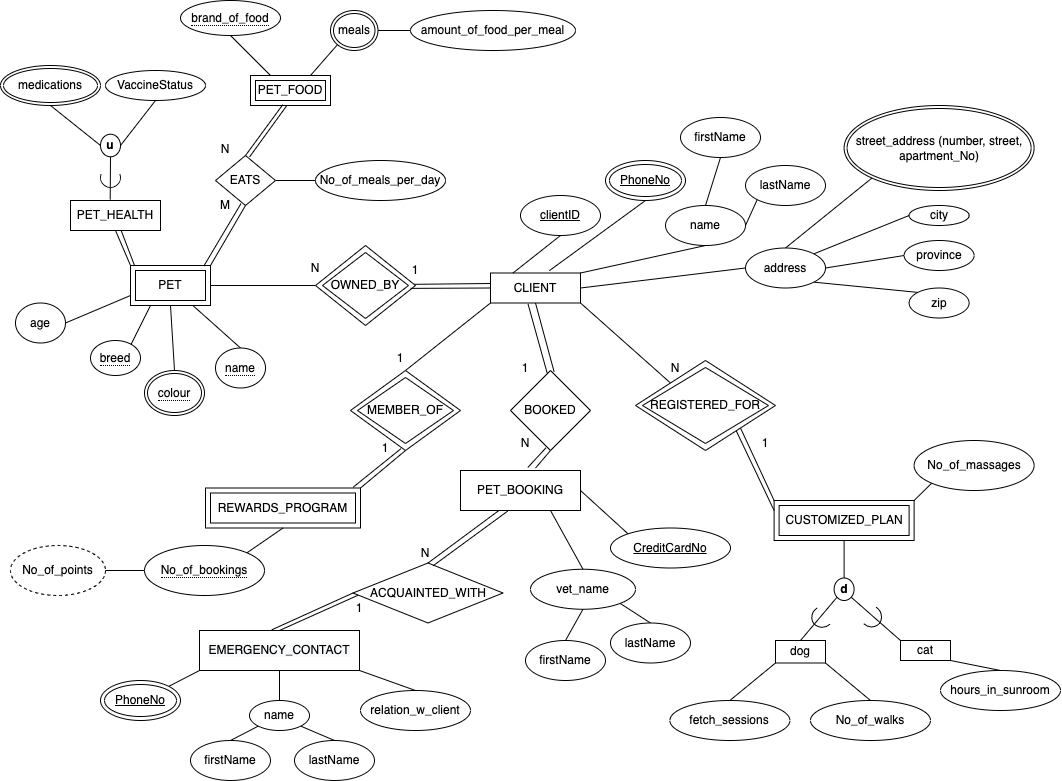
The draw.io diagram YYC_Pet_Resort.drawio.png in Maan-Khedr-ENSF-300/assignment-2-erds-code-of-duty, before a commit. Source tidied: cells renumbered, new cells last; positions are measured from the earlier drawing's top-left corner, leaving out a move shared by most shapes.
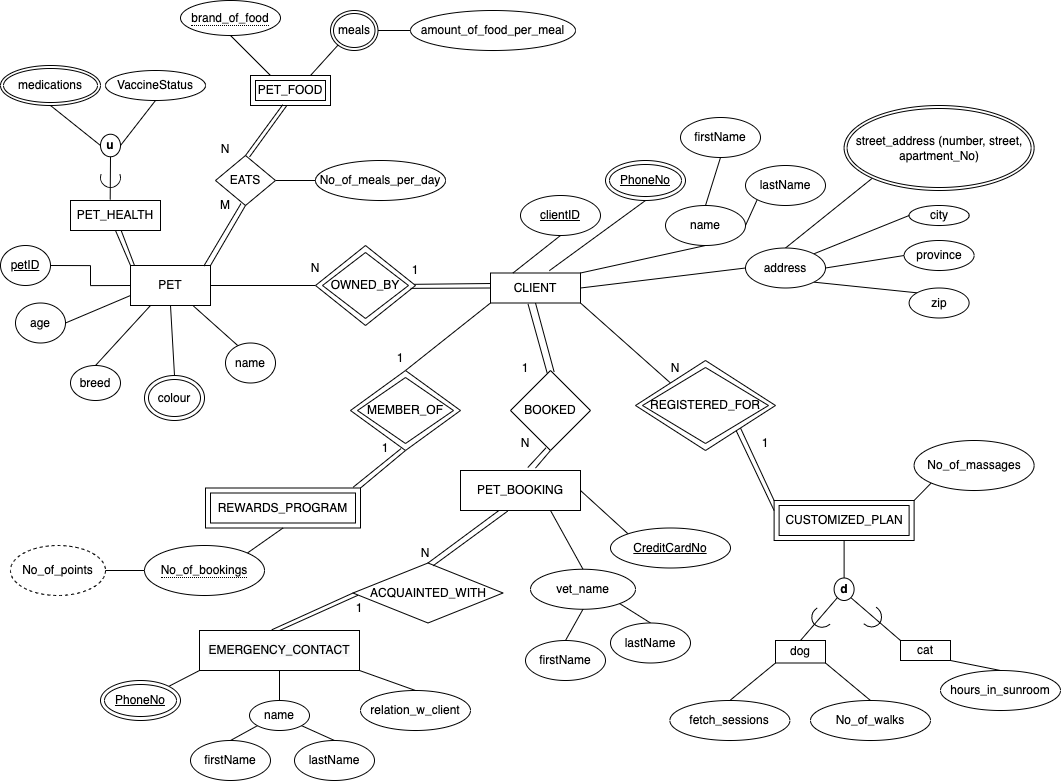
The same diagram one commit later.

Change to the diagram source:
```diff
@@ -11,7 +11,7 @@
     <mxCell id="4" style="edgeStyle=none;rounded=0;jettySize=auto;html=1;exitX=0.5;exitY=1;exitDx=0;exitDy=0;strokeColor=default;endArrow=none;endFill=0;startSize=6;sourcePerimeterSpacing=6;entryX=0.441;entryY=-0.032;entryDx=0;entryDy=0;entryPerimeter=0;" parent="1" edge="1" source="130" target="127">
       <mxGeometry relative="1" as="geometry" />
     </mxCell>
-    <mxCell id="5" value="PET" style="shape=ext;margin=3;double=1;whiteSpace=wrap;html=1;align=center;" parent="1" vertex="1">
+    <mxCell id="5" value="PET" style="shape=ext;margin=3;whiteSpace=wrap;html=1;align=center;" parent="1" vertex="1">
       <mxGeometry x="130" y="265" width="80" height="40" as="geometry" />
     </mxCell>
     <mxCell id="6" style="edgeStyle=none;rounded=0;jettySize=auto;html=1;exitX=0.25;exitY=0;exitDx=0;exitDy=0;entryX=0.5;entryY=1;entryDx=0;entryDy=0;endArrow=none;endFill=0;" parent="1" edge="1" source="9" target="131">
@@ -32,14 +32,16 @@
     <mxCell id="11" style="endArrow=none;html=1;rounded=0;exitX=0.5;exitY=1;exitDx=0;exitDy=0;entryX=0.5;entryY=0;entryDx=0;entryDy=0;" parent="1" edge="1" source="5" target="119">
       <mxGeometry relative="1" as="geometry" />
     </mxCell>
-    <mxCell id="12" style="endArrow=none;html=1;rounded=0;exitX=0.25;exitY=1;exitDx=0;exitDy=0;entryX=0.5;entryY=1;entryDx=0;entryDy=0;" parent="1" edge="1" source="5" target="118">
+    <mxCell id="12" style="endArrow=none;html=1;rounded=0;exitX=0.25;exitY=1;exitDx=0;exitDy=0;entryX=0.5;entryY=0;entryDx=0;entryDy=0;" parent="1" edge="1" source="5" target="118">
       <mxGeometry relative="1" as="geometry" />
     </mxCell>
     <mxCell id="13" value="age" style="ellipse;whiteSpace=wrap;html=1;" parent="1" vertex="1">
       <mxGeometry x="15" y="302.5" width="50" height="40" as="geometry" />
     </mxCell>
-    <mxCell id="14" style="endArrow=none;html=1;rounded=0;exitX=0.5;exitY=0;exitDx=0;exitDy=0;" parent="1" edge="1" source="117" target="5">
-      <mxGeometry relative="1" as="geometry" />
+    <mxCell id="14" style="endArrow=none;html=1;rounded=0;exitX=0.5;exitY=0;exitDx=0;exitDy=0;" parent="1" edge="1" target="5">
+      <mxGeometry relative="1" as="geometry">
+        <mxPoint x="240" y="347.5" as="sourcePoint" />
+      </mxGeometry>
     </mxCell>
     <mxCell id="15" style="edgeStyle=none;rounded=0;jettySize=auto;html=1;exitX=0.567;exitY=0.03;exitDx=0;exitDy=0;entryX=0.45;entryY=1.017;entryDx=0;entryDy=0;endArrow=none;endFill=0;exitPerimeter=0;entryPerimeter=0;" parent="1" edge="1" source="16" target="9">
       <mxGeometry relative="1" as="geometry" />
@@ -358,15 +360,6 @@
     <mxCell id="116" style="edgeStyle=none;rounded=0;jettySize=auto;html=1;exitX=0;exitY=0.5;exitDx=0;exitDy=0;entryX=0.452;entryY=-0.018;entryDx=0;entryDy=0;endArrow=none;endFill=0;entryPerimeter=0;" parent="1" edge="1" source="74" target="71">
       <mxGeometry relative="1" as="geometry" />
     </mxCell>
-    <mxCell id="117" value="&lt;span style=&quot;border-bottom: 1px dotted&quot;&gt;name&lt;/span&gt;" style="ellipse;whiteSpace=wrap;html=1;align=center;" parent="1" vertex="1">
-      <mxGeometry x="215" y="347.5" width="50" height="40" as="geometry" />
-    </mxCell>
-    <mxCell id="118" value="&lt;span style=&quot;border-bottom: 1px dotted&quot;&gt;breed&lt;/span&gt;" style="ellipse;whiteSpace=wrap;html=1;align=center;fontStyle=0;" parent="1" vertex="1">
-      <mxGeometry x="90" y="340" width="50" height="35" as="geometry" />
-    </mxCell>
-    <mxCell id="119" value="&lt;span style=&quot;border-bottom: 1px dotted&quot;&gt;colour&lt;/span&gt;" style="ellipse;shape=doubleEllipse;margin=3;whiteSpace=wrap;html=1;align=center;" parent="1" vertex="1">
-      <mxGeometry x="144" y="370" width="60" height="45" as="geometry" />
-    </mxCell>
     <mxCell id="120" value="&lt;span style=&quot;border-bottom: 1px dotted&quot;&gt;No_of_bookings&lt;/span&gt;" style="ellipse;whiteSpace=wrap;html=1;align=center;" parent="1" vertex="1">
       <mxGeometry x="144" y="545" width="120" height="50" as="geometry" />
     </mxCell>
@@ -405,5 +398,20 @@
     <mxCell id="131" value="&lt;span style=&quot;border-bottom: 1px dotted&quot;&gt;brand_of_food&lt;/span&gt;" style="ellipse;whiteSpace=wrap;html=1;align=center;fontStyle=0;" parent="1" vertex="1">
       <mxGeometry x="180" width="100" height="35" as="geometry" />
     </mxCell>
+    <mxCell id="132" style="edgeStyle=orthogonalEdgeStyle;rounded=0;jettySize=auto;html=1;exitX=1;exitY=0.5;exitDx=0;exitDy=0;entryX=0;entryY=0.5;entryDx=0;entryDy=0;endArrow=none;endFill=0;" parent="1" edge="1" source="133" target="5">
+      <mxGeometry relative="1" as="geometry" />
+    </mxCell>
+    <mxCell id="133" value="petID" style="ellipse;whiteSpace=wrap;html=1;align=center;fontStyle=4;" parent="1" vertex="1">
+      <mxGeometry y="245" width="50" height="40" as="geometry" />
+    </mxCell>
+    <mxCell id="118" value="breed" style="ellipse;whiteSpace=wrap;html=1;" parent="1" vertex="1">
+      <mxGeometry x="70" y="365" width="50" height="35" as="geometry" />
+    </mxCell>
+    <mxCell id="117" value="name" style="ellipse;whiteSpace=wrap;html=1;" parent="1" vertex="1">
+      <mxGeometry x="225" y="342.5" width="50" height="40" as="geometry" />
+    </mxCell>
+    <mxCell id="119" value="colour" style="ellipse;shape=doubleEllipse;whiteSpace=wrap;html=1;" parent="1" vertex="1">
+      <mxGeometry x="144" y="375" width="60" height="45" as="geometry" />
+    </mxCell>
   </root>
 </mxGraphModel>
```
